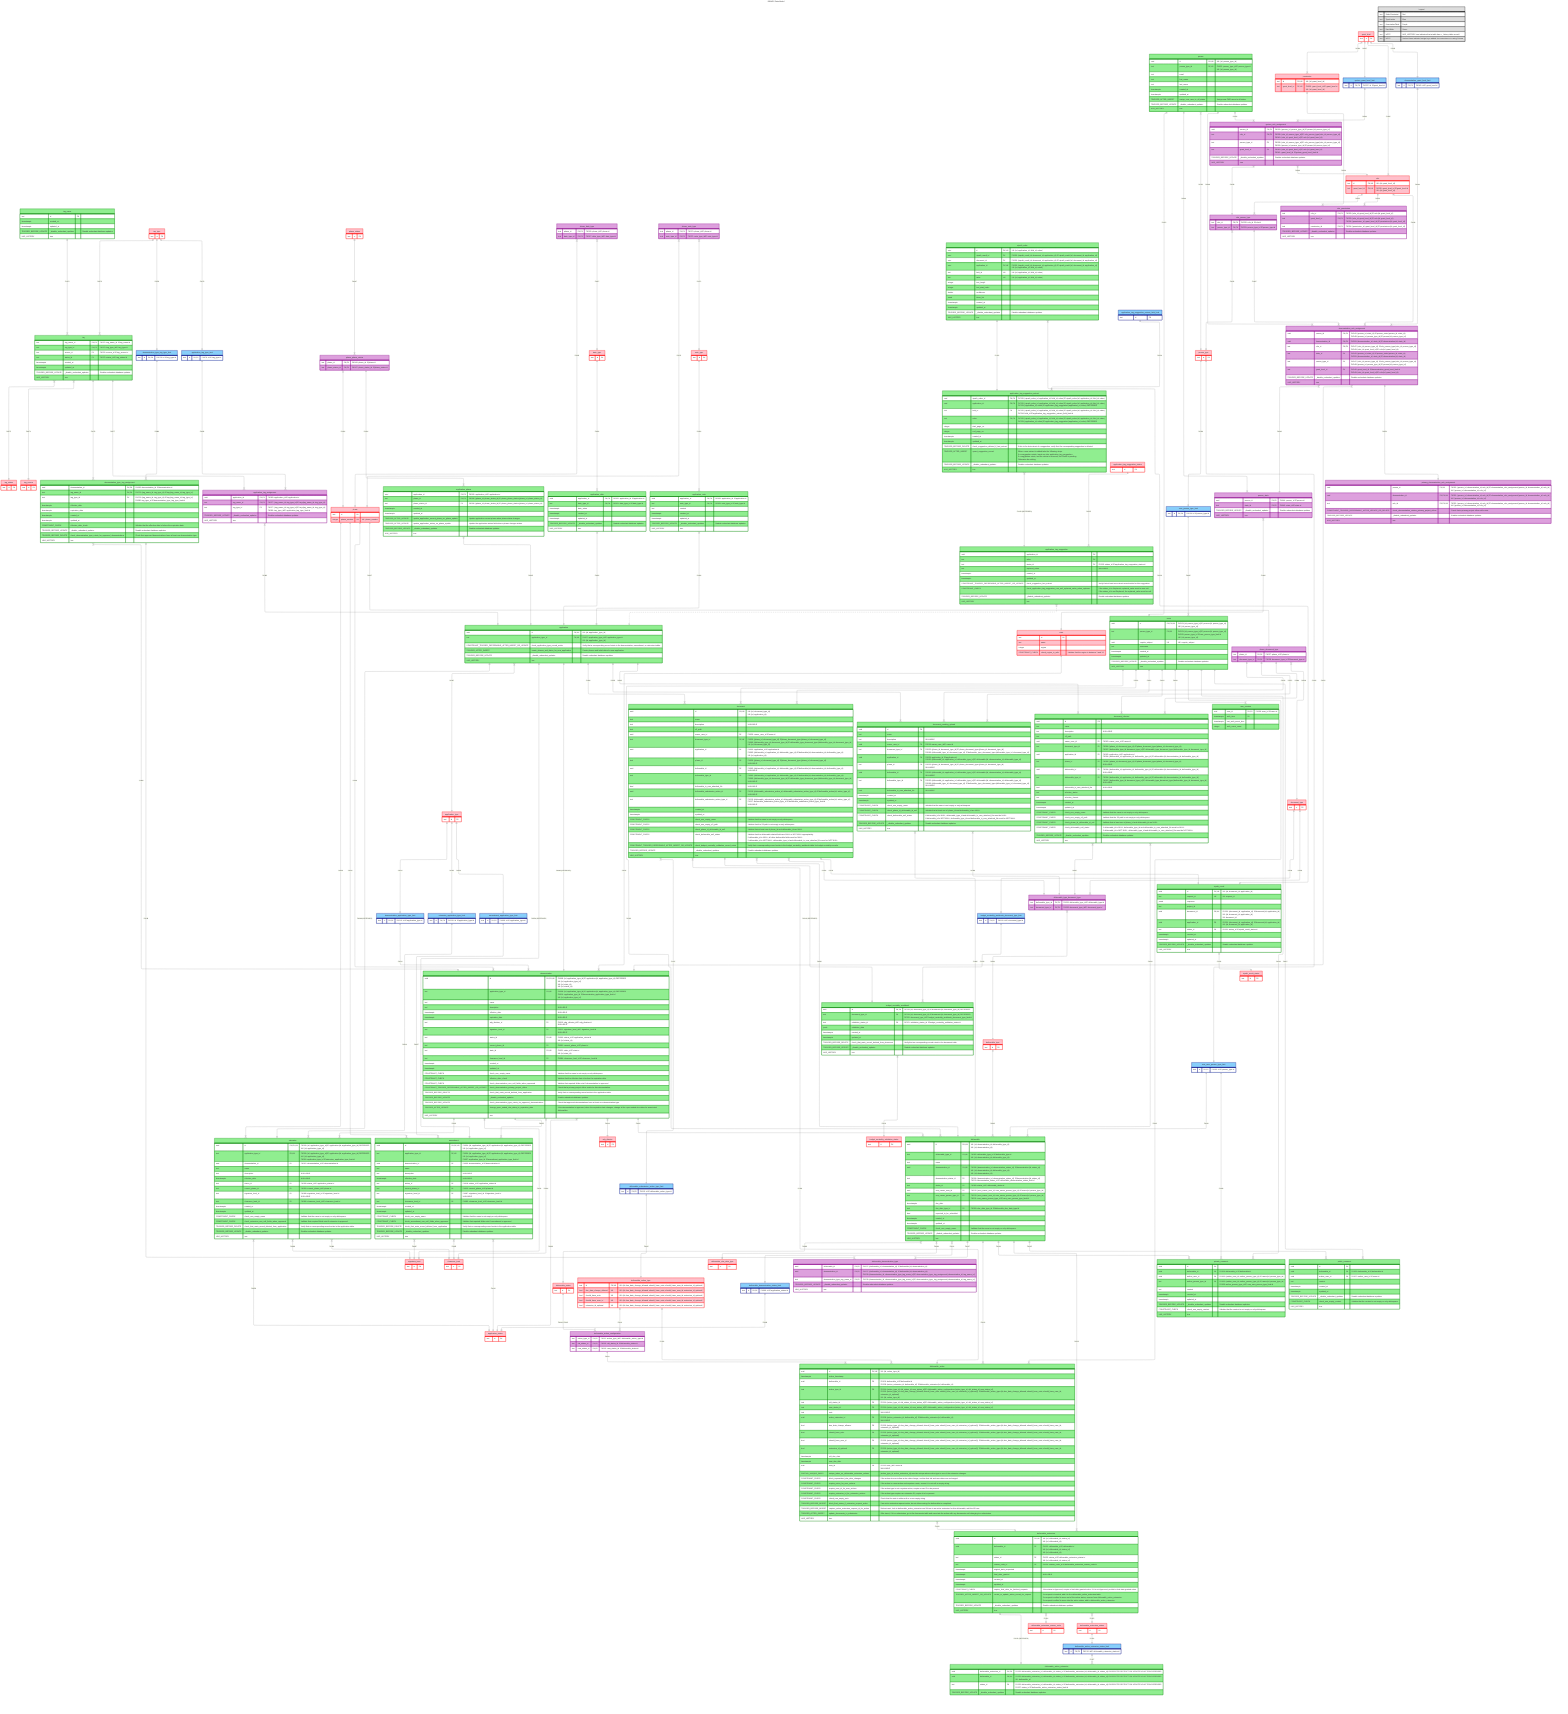
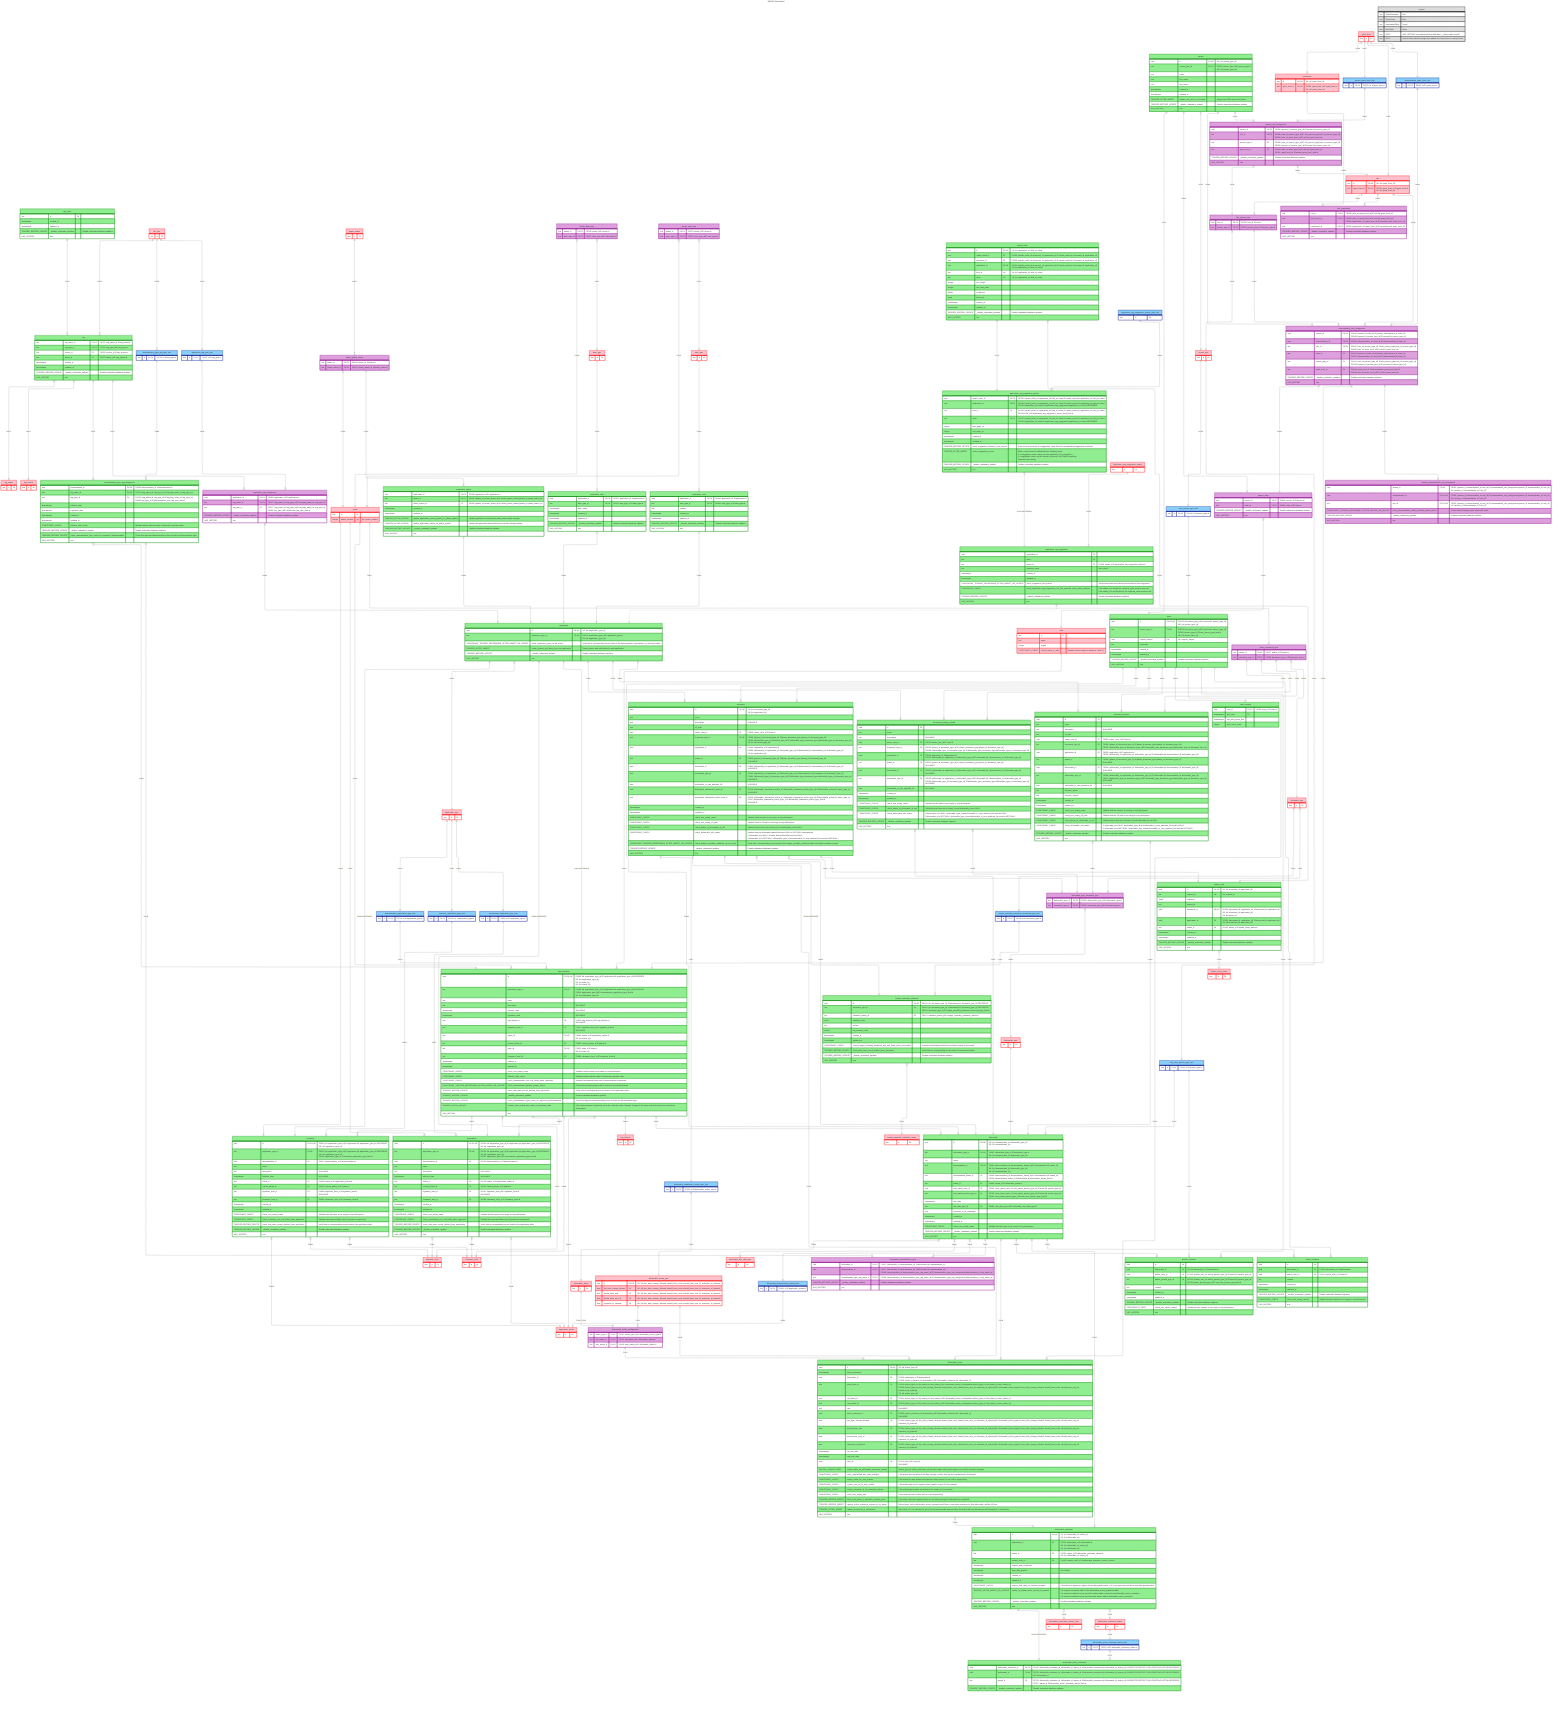
---
title: DEMOS Data Model
config:
  theme: default
  layout: elk
  elk:
    nodePlacementStrategy: NETWORK_SIMPLEX
---

erDiagram
  classDef staticConstraint stroke:red,fill:pink
  classDef typeLimiter stroke:navy,fill:lightskyblue
  classDef dataTable stroke:green,fill:lightgreen
  classDef associativeTable stroke:darkmagenta,fill:plum
  classDef legend stroke:black,fill:#ddd

  tag_name ||--|{ tag : "FK072"
  tag_type ||--|{ tag : "FK073"
  tag }|--|| tag_status : "FK075"
  tag }|--|| tag_source : "FK074"
  tag ||--|{ demonstration_type_tag_assignment : "FK076"
  tag ||--|{ application_tag_assignment : "FK077"
  tag_type ||--|| demonstration_type_tag_type_limit : "FK078"
  tag_type ||--|| application_tag_type_limit : "FK079"
  demonstration_type_tag_type_limit ||--|{ demonstration_type_tag_assignment : "FK080"
  application_tag_type_limit ||--|{ application_tag_assignment : "FK081"
  demonstration_type_tag_assignment }|--|| demonstration : "FK082"
  application_tag_assignment }|--|| application : "FK083"
  phase_status ||--|{ phase_phase_status : "FK067"
  phase_phase_status }|--|| phase : "FK066"
  phase_phase_status ||--|{ application_phase  : "FK004"
  phase_date_type }|--|| phase : "FK003"
  phase_note_type }|--|| phase : "FK070"
  phase_date_type }|--|| date_type: "FK017"
  phase_note_type }|--|| note_type: "FK071"
  application_phase }|--|| application : "FK005"
  date_type ||--|{ application_date  : "FK001"
  note_type ||--|{ application_note  : "FK069"
  application_date }|--|| application : "FK002"
  application_note }|--|| application : "FK068"
  application }|--|| application_type : "FK007"
  application ||--|| demonstration : "FK008 (DEFERRED)"
  application ||--|| extension : "FK009 (DEFERRED)"
  application ||--|| amendment : "FK054 (DEFERRED)"
  demonstration }|--|| sdg_division : "FK010"
  demonstration }|--|| signature_level : "FK011"
  demonstration ||--|{ extension : "FK012"
  demonstration ||--|{ amendment : "FK055"
  application_type ||--|| demonstration_application_type_limit : "FK013"
  demonstration_application_type_limit ||--|{ demonstration : "FK014"
  application_type ||--|| extension_application_type_limit : "FK015"
  extension_application_type_limit ||--|{ extension : "FK016"
  application_type ||--|| amendment_application_type_limit : "FK056"
  amendment_application_type_limit ||--|{ amendment : "FK057"
  amendment }|--|| application_status : "FK018"
  phase ||--|{ amendment : "FK020"
  extension }|--|| application_status : "FK058"
  phase ||--|{ extension : "FK059"
  demonstration }|--|| application_status : "FK060"
  phase ||--|{ demonstration : "FK061"
  state ||--|{ demonstration : "FK021"
  person }|--|| person_type : "FK022"
  person ||--|| users : "FK023"
  person_type ||--|| user_person_type_limit : "FK024"
  user_person_type_limit ||--|{ users : "FK025"
  users ||--|{ document : "FK026"
  users ||--|{ document_pending_upload : "FK019"
  users ||--|{ document_infected : "FK063"
  users ||--|{ user_session : "FK139"
  phase ||--|{ phase_document_type : "FK027"
  phase_document_type }|--|| document_type : "FK028"
  phase_document_type ||--|{ document : "FK029"
  phase_document_type ||--|{ document_pending_upload : "FK052"
  phase_document_type ||--|{ document_infected : "FK064"
  application ||--|{ document : "FK030"
  application ||--|{ document_pending_upload : "FK053"
  application ||--|{ document_infected : "FK065"
  role_person_type }|--|| person_type : "FK031"
  role ||--|{ role_person_type : "FK032"
  role ||--|{ role_permission : "FK033"
  permission ||--|{ role_permission : "FK034"
  grant_level ||--|{ role : "FK035"
  grant_level ||--|{ permission : "FK036"
  system_grant_level_limit ||--|{ system_role_assignment : "FK041"
  system_role_assignment }|--|| role_person_type : "FK038"
  person ||--|{ system_role_assignment : "FK039"
  system_role_assignment }|--|| role : "FK040"
  grant_level ||--|| system_grant_level_limit : "FK037"
  demonstration_role_assignment }|--|| person_state : "FK042"
  person_state }|--|| state : "FK043"
  person ||--|{ person_state : "FK044"
  grant_level ||--|| demonstration_grant_level_limit : "FK045"
  demonstration_grant_level_limit ||--|{ demonstration_role_assignment : "FK046"
  role_person_type ||--|{ demonstration_role_assignment : "FK047"
  person ||--|{ demonstration_role_assignment : "FK048"
  role ||--|{ demonstration_role_assignment : "FK049"
  demonstration_role_assignment }|--|| demonstration : "FK050"
  demonstration_role_assignment ||--|| primary_demonstration_role_assignment : "FK051"
  demonstration }|--|| clearance_level : "FK084"
  amendment }|--|| clearance_level : "FK085"
  extension }|--|| clearance_level : "FK086"
  amendment }|--|| signature_level : "FK087"
  extension }|--|| signature_level : "FK088"
  document_type ||--|| budget_neutrality_workbook_document_type_limit : "FK118"
  document ||--|| budget_neutrality_workbook : "FK119 (DEFERRED)"
  budget_neutrality_workbook_document_type_limit ||--|{ budget_neutrality_workbook : "FK120"
  budget_neutrality_workbook }|--|| budget_neutrality_validation_status : "FK121"
  document }|--|| deliverable_action : "FK116"
  document }|--|| deliverable_submission_action_type_limit : "FK117"
  deliverable_status ||--|{ deliverable_action_configuration : "FK110, FK113"
  deliverable_action_type ||--|{ deliverable_action_configuration : "FK111"
  deliverable_action_type ||--|{ deliverable_action : "FK136"
  deliverable_action_configuration ||--|{ deliverable_action : "FK114"
  deliverable_submission_action_type_limit ||--|| deliverable_action_type : "FK115"
  demonstration ||--|{ deliverable : "FK006"
  deliverable_type ||--|{ deliverable : "FK062"
  deliverable }|--|| deliverable_status : "FK089"
  deliverable }|--|| deliverable_due_date_type : "FK090"
  document_type ||--|{ deliverable_type_document_type : "FK092"
  deliverable_type_document_type }|--|| deliverable_type : "FK091"
  document }|--|| deliverable : "FK093"
  document_infected }|--|| deliverable : "FK094"
  document_pending_upload }|--|| deliverable : "FK095"
  document }|--|| deliverable_type_document_type : "FK096"
  document_infected }|--|| deliverable_type_document_type : "FK097"
  document_pending_upload }|--|| deliverable_type_document_type : "FK098"
  deliverable_demonstration_status_limit ||--|| application_status : "FK099"
  deliverable }|--|| deliverable_demonstration_status_limit : "FK100"
  cms_user_person_type_limit ||--|{ deliverable : "FK101"
  person_type ||--|| cms_user_person_type_limit : "FK102"
  users ||--|{ deliverable : "FK103"
  deliverable ||--|{ deliverable_action : "FK109"
  deliverable_action }|--|| deliverable_extension : "FK128"
  deliverable ||--|{ deliverable_extension : "FK122"
  deliverable ||--|{ deliverable_demonstration_type : "FK137"
  demonstration_type_tag_assignment ||--|{ deliverable_demonstration_type : "FK138"
  deliverable_extension }|--|| deliverable_extension_reason_code : "FK124"
  deliverable_extension }|--|| deliverable_extension_status : "FK123"
  deliverable_extension_status ||--|| deliverable_active_extension_status_limit : "FK126"
  deliverable_active_extension_status_limit ||--|{ deliverable_active_extension : "FK127"
  deliverable_extension ||--|| deliverable_active_extension : "FK125 (DEFERRED)"
  deliverable ||--|{ private_comment : "FK104"
  deliverable ||--|{ public_comment : "FK105"
  users ||--|{ private_comment : "FK106"
  users ||--|{ public_comment : "FK107"
  cms_user_person_type_limit ||--|{ private_comment : "FK108"
  users ||--|{ deliverable_action : "FK112"
  document ||--|| uipath_result : "FK129"
  uipath_result ||--|{ uipath_value : "FK130"
  uipath_result }|--|| uipath_result_status : "FK131"
  uipath_value ||--|| application_tag_suggestion_extract : "FK132"
  application_tag_suggestion_extract }|--|| application_tag_suggestion : "FK133 (DEFERRED)"
  application_tag_suggestion_extract_field_limit ||--|{ application_tag_suggestion_extract : "FK134"
  application_tag_suggestion_status ||--|{ application_tag_suggestion : "FK135"
  application_tag_suggestion }|..|| application : ""

  %% Static Constraints
  application_status:::staticConstraint {
    text id PK
  }

  application_tag_suggestion_status:::staticConstraint {
    text id PK
  }

  application_type:::staticConstraint {
    text id PK
  }

  budget_neutrality_validation_status:::staticConstraint {
    text id PK
  }

  clearance_level:::staticConstraint {
    text id PK
  }

  date_type:::staticConstraint {
    text id PK
  }

  deliverable_action_type:::staticConstraint {
    text id PK, UK "UK: (id, due_date_change_allowed, should_have_note, should_have_user_id, extension_id_optional)"
    bool due_date_change_allowed UK "UK: (id, due_date_change_allowed, should_have_note, should_have_user_id, extension_id_optional)"
    bool should_have_note UK "UK: (id, due_date_change_allowed, should_have_note, should_have_user_id, extension_id_optional)"
    bool should_have_user_id UK "UK: (id, due_date_change_allowed, should_have_note, should_have_user_id, extension_id_optional)"
    bool extension_id_optional UK "UK: (id, due_date_change_allowed, should_have_note, should_have_user_id, extension_id_optional)"
  }

  deliverable_due_date_type:::staticConstraint {
    text id PK
  }

  deliverable_extension_reason_code:::staticConstraint {
    text id PK
  }

  deliverable_extension_status:::staticConstraint {
    text id PK
  }

  deliverable_status:::staticConstraint {
    text id PK
  }

  deliverable_type:::staticConstraint {
    text id PK
  }

  document_type:::staticConstraint {
    text id PK
  }

  grant_level:::staticConstraint {
    text id PK
  }

  note_type:::staticConstraint {
    text id PK
  }

  permission:::staticConstraint {
    text id PK, UK "UK: (id, grant_level_id)"
    text grant_level_id FK, UK "FK036: grant_level_id ∈ grant_level.id<br>UK: (id, grant_level_id)"
  }

  person_type:::staticConstraint {
    text id PK
  }

  phase:::staticConstraint {
    text id PK
    integer phase_number UK "UK: phase_number"
  }

  phase_status:::staticConstraint {
    text id PK
  }

  role:::staticConstraint {
    text id PK, UK "UK: (id, grant_level_id)"
    text grant_level_id FK, UK "FK035: grant_level_id ∈ grant_level.id<br>UK: (id, grant_level_id)"
  }

  sdg_division:::staticConstraint {
    text id PK
  }

  signature_level:::staticConstraint {
    text id PK
  }

  state:::staticConstraint {
    text id PK
    text name
    integer region
    CONSTRAINT_CHECK check_region_is_valid "Validate that the region is between 1 and 10."
  }

  tag_source:::staticConstraint {
    text id PK
  }

  tag_status:::staticConstraint {
    text id PK
  }

  tag_type:::staticConstraint {
    text id PK
  }

  uipath_result_status:::staticConstraint {
    text id PK
  }

  %% Type Limiters
  amendment_application_type_limit:::typeLimiter {
    text id PK, FK "FK056: id ∈ application_type.id"
  }

  application_tag_suggestion_extract_field_limit:::typeLimiter {
    text id PK
  }

  application_tag_type_limit:::typeLimiter {
    text id PK, FK "FK079: id ∈ tag_type.id"
  }

  budget_neutrality_workbook_document_type_limit:::typeLimiter {
    text id PK, FK "FK118: id ∈ document_type.id"
  }

  cms_user_person_type_limit:::typeLimiter {
    text id PK, FK "FK102: id ∈ person_type.id"
  }

  deliverable_active_extension_status_limit:::typeLimiter {
    text id PK, FK "FK126: id ∈ deliverable_extension_status.id"
  }

  deliverable_demonstration_status_limit:::typeLimiter {
    text id PK, FK "FK099: id ∈ application_status.id"
  }

  deliverable_submission_action_type_limit:::typeLimiter {
    text id PK, FK "FK115: id ∈ deliverable_action_type.id"
  }

  demonstration_application_type_limit:::typeLimiter {
    text id PK, FK "FK013: id ∈ application_type.id"
  }

  demonstration_grant_level_limit:::typeLimiter {
    text id PK, FK "FK045: id ∈ grant_level.id"
  }

  demonstration_type_tag_type_limit:::typeLimiter {
    text id PK, FK "FK078: id ∈ tag_type.id"
  }

  extension_application_type_limit:::typeLimiter {
    text id PK, FK "FK015: id ∈ application_type.id"
  }

  system_grant_level_limit:::typeLimiter {
    text id PK, FK "FK037: id ∈ grant_level.id"
  }

  user_person_type_limit:::typeLimiter {
    text id PK, FK "FK024: id ∈ person_type.id"
  }

  %% Data Tables
  amendment:::dataTable {
    uuid id PK, FK, UK "FK054: (id, application_type_id) ∈ application.(id, application_type_id) DEFERRED<br>UK: (id, application_type_id)"
    text application_type_id FK, UK "FK054: (id, application_type_id) ∈ application.(id, application_type_id) DEFERRED<br>UK: (id, application_type_id)<br>FK057: application_type_id ∈ amendment_application_type_limit.id"
    uuid demonstration_id FK "FK055: demonstration_id ∈ demonstration.id"
    text name
    text description "NULLABLE"
    timestamptz effective_date "NULLABLE"
    text status_id FK "FK018: status_id ∈ application_status.id"
    text current_phase_id FK "FK020: current_phase_id ∈ phase.id"
    text signature_level_id FK "FK087: signature_level_id ∈ signature_level.id<br>NULLABLE"
    text clearance_level_id FK "FK085: clearance_level_id ∈ clearance_level.id"
    timestamptz created_at
    timestamptz updated_at
    CONSTRAINT_CHECK check_non_empty_name "Validate that the name is not empty or only whitespace."
    CONSTRAINT_CHECK check_amendment_non_null_fields_when_approved  "Validate that required fields exist if amendment is approved."
    TRIGGER_BEFORE_DELETE check_that_main_record_deleted_from_application "Verify that no corresponding record exists in the application table."
    TRIGGER_BEFORE_UPDATE _disable_redundant_updates "Disable redundant database updates."
    HAS_HISTORY true
  }

  application:::dataTable {
    uuid id PK, UK "UK: (id, application_type_id)"
    text application_type_id FK, UK "FK007: application_type_id ∈ application_type.id<br>UK: (id, application_type_id)"
    CONSTRAINT_TRIGGER_DEFERRABLE_AFTER_INSERT_OR_UPDATE check_application_type_record_exists "Verify that a corresponding record exists in the demonstration, amendment, or extension tables."
    TRIGGER_AFTER_INSERT create_phases_and_dates_for_new_application "Create phases and initial dates for new application."
    TRIGGER_BEFORE_UPDATE _disable_redundant_updates "Disable redundant database updates."
    HAS_HISTORY true
  }

  application_date:::dataTable {
    uuid application_id PK, FK "FK002: application_id ∈ application.id"
    text date_type_id PK, FK "FK001: date_type_id ∈ date_type.id"
    timestamptz date_value
    timestamptz created_at
    timestamptz updated_at
    TRIGGER_BEFORE_UPDATE _disable_redundant_updates "Disable redundant database updates."
    HAS_HISTORY true
  }

  application_note:::dataTable {
    uuid application_id PK, FK "FK068: application_id ∈ application.id"
    text note_type_id PK, FK "FK069: note_type_id ∈ note_type.id"
    text content
    timestamptz created_at
    timestamptz updated_at
    TRIGGER_BEFORE_UPDATE _disable_redundant_updates "Disable redundant database updates."
    HAS_HISTORY true
  }

  application_phase:::dataTable {
    uuid application_id PK, FK "FK005: application_id ∈ application.id"
    text phase_id PK, FK "FK004: (phase_id, phase_status_id) ∈ phase_phase_status.(phase_id, phase_status_id)"
    text phase_status_id FK "FK004: (phase_id, phase_status_id) ∈ phase_phase_status.(phase_id, phase_status_id)"
    timestamptz created_at
    timestamptz updated_at
    TRIGGER_AFTER_UPDATE update_application_current_phase_on_phase_update "Update application current phase when phase status changes."
    TRIGGER_AFTER_UPDATE update_application_status_on_phase_update "Update the application status field when a phase changes status."
    TRIGGER_BEFORE_UPDATE _disable_redundant_updates "Disable redundant database updates."
    HAS_HISTORY true
  }

  application_tag_suggestion:::dataTable {
    uuid application_id PK
    text value PK
    text status_id FK "FK135: status_id ∈ application_tag_suggestion_status.id"
    text replaced_value "NULLABLE"
    timestamptz created_at
    timestamptz updated_at
    CONSTRAINT_TRIGGER_DEFERRABLE_AFTER_INSERT_OR_UPDATE check_suggestion_has_extract "Verify that at least one extract record exists for this suggestion."
    CONSTRAINT_CHECK check_application_tag_suggestion_non_null_replaced_value_when_replaced "If the status_id is Replaced, replaced_value must be non null.<br>If the status_id is not Replaced, the replaced_value must be null."
    TRIGGER_BEFORE_UPDATE _disable_redundant_updates "Disable redundant database updates."
    HAS_HISTORY true
  }

  application_tag_suggestion_extract:::dataTable {
    uuid uipath_value_id PK, FK "FK132: (uipath_value_id, application_id, field_id, value) ∈ uipath_value.(id, application_id, field_id, value)"
    uuid application_id PK, FK "FK132: (uipath_value_id, application_id, field_id, value) ∈ uipath_value.(id, application_id, field_id, value)<br>FK133: (application_id, value) ∈ application_tag_suggestion.(application_id, value) DEFERRED"
    text field_id FK "FK132: (uipath_value_id, application_id, field_id, value) ∈ uipath_value.(id, application_id, field_id, value)<br>FK134: field_id ∈ application_tag_suggestion_extract_field_limit.id"
    text value PK, FK "FK132: (uipath_value_id, application_id, field_id, value) ∈ uipath_value.(id, application_id, field_id, value)<br>FK133: (application_id, value) ∈ application_tag_suggestion.(application_id, value) DEFERRED"
    integer start_page_no
    integer end_page_no
    timestamptz created_at
    timestamptz updated_at
    TRIGGER_BEFORE_DELETE check_suggestion_deleted_if_last_extract "If this is the last extract of a suggestion, verify that the corresponding suggestion is deleted."
    TRIGGER_AFTER_INSERT upsert_suggestion_record "When a new extract is added take the following steps.<br>If no suggestion exists, insert one into application_tag_suggestion.<br>If a suggestion exists, and the status is removed, set it back to pending.<br>Otherwise do nothing."
    TRIGGER_BEFORE_UPDATE _disable_redundant_updates "Disable redundant database updates."
    HAS_HISTORY true
  }

  budget_neutrality_workbook:::dataTable {
    uuid id PK, FK "FK119: (id, document_type_id) ∈ document.(id, document_type_id) DEFERRED"
    text document_type_id FK "FK119: (id, document_type_id) ∈ document.(id, document_type_id) DEFERRED<br>FK120: document_type_id ∈ budget_neutrality_workbook_document_type_limit.id"
    text validation_status_id FK "FK121: validation_status_id ∈ budget_neutrality_validation_status.id"
    jsonb validation_data
-     timestamptz created_at
-     timestamptz updated_at
+     text actuals
+     double net_variance_total
+     timestamptz created_at
+     timestamptz updated_at
+     CONSTRAINT_CHECK check_budget_neutrality_workbook_non_null_fields_when_succeeded "actuals and netVarianceTotal non null when status is succeeded"
    TRIGGER_BEFORE_DELETE check_that_main_record_deleted_from_document "Verify that no corresponding record exists in the document table."
    TRIGGER_BEFORE_UPDATE _disable_redundant_updates "Disable redundant database updates."
    HAS_HISTORY true
  }

  %% NOTE: That empty line with <br>&nbsp; is a layout hack for Mermaid
  deliverable:::dataTable {
    uuid id PK, UK "UK: (id, demonstration_id, deliverable_type_id)<br>UK: (id, demonstration_id)<br>&nbsp;"
    text deliverable_type_id FK, UK "FK062: deliverable_type_id ∈ deliverable_type.id<br>UK: (id, demonstration_id, deliverable_type_id)"
    text name
    uuid demonstration_id FK, UK "FK006: (demonstration_id, demonstration_status_id) ∈ demonstration.(id, status_id)<br>UK: (id, demonstration_id, deliverable_type_id)<br>UK: (id, demonstration_id)"
    text demonstration_status_id FK "FK006: (demonstration_id, demonstration_status_id) ∈ demonstration.(id, status_id)<br>FK100: demonstration_status_id ∈ deliverable_demonstration_status_limit.id"
    text status_id FK "FK089: status_id ∈ deliverable_status.id"
    uuid cms_owner_user_id FK "FK103: (cms_owner_user_id, cms_owner_person_type_id) ∈ users.(id, person_type_id)"
    text cms_owner_person_type_id FK "FK103: (cms_owner_user_id, cms_owner_person_type_id) ∈ users.(id, person_type_id)<br>FK101: cms_owner_person_type_id ∈ cms_user_person_type_limit.id"
    timestamptz due_date
    text due_date_type_id FK "FK090: due_date_type_id ∈ deliverable_due_date_type.id"
    bool expected_to_be_submitted
    timestamptz created_at
    timestamptz updated_at
    CONSTRAINT_CHECK check_non_empty_name "Validate that the name is not empty or only whitespace."
    TRIGGER_BEFORE_UPDATE _disable_redundant_updates "Disable redundant database updates."
    HAS_HISTORY true
  }

  deliverable_action:::dataTable {
    uuid id PK, UK "UK: (id, action_type_id)"
    timestamptz action_timestamp
    uuid deliverable_id FK "FK109: deliverable_id ∈ deliverable.id<br>FK128: (active_extension_id, deliverable_id) ∈ deliverable_extension.(id, deliverable_id)"
    text action_type_id FK "FK114: (action_type_id, old_status_id, new_status_id) ∈ deliverable_action_configuration.(action_type_id, old_status_id, new_status_id)<br>FK136: (action_type_id, due_date_change_allowed, should_have_note, should_have_user_id, extension_id_optional)) ∈ deliverable_action_type.(id, due_date_change_allowed, should_have_note, should_have_user_id, extension_id_optional)<br>UK: (id, action_type_id)"
    text old_status_id FK "FK114: (action_type_id, old_status_id, new_status_id) ∈ deliverable_action_configuration.(action_type_id, old_status_id, new_status_id)"
    text new_status_id FK "FK114: (action_type_id, old_status_id, new_status_id) ∈ deliverable_action_configuration.(action_type_id, old_status_id, new_status_id)"
    text note "NULLABLE"
    uuid active_extension_id FK "FK128: (active_extension_id, deliverable_id) ∈ deliverable_extension.(id, deliverable_id)<br>NULLABLE"
    bool due_date_change_allowed FK "FK136: (action_type_id, due_date_change_allowed, should_have_note, should_have_user_id, extension_id_optional)) ∈ deliverable_action_type.(id, due_date_change_allowed, should_have_note, should_have_user_id, extension_id_optional)"
    bool should_have_note FK "FK136: (action_type_id, due_date_change_allowed, should_have_note, should_have_user_id, extension_id_optional)) ∈ deliverable_action_type.(id, due_date_change_allowed, should_have_note, should_have_user_id, extension_id_optional)"
    bool should_have_user_id FK "FK136: (action_type_id, due_date_change_allowed, should_have_note, should_have_user_id, extension_id_optional)) ∈ deliverable_action_type.(id, due_date_change_allowed, should_have_note, should_have_user_id, extension_id_optional)"
    bool extension_id_optional FK "FK136: (action_type_id, due_date_change_allowed, should_have_note, should_have_user_id, extension_id_optional)) ∈ deliverable_action_type.(id, due_date_change_allowed, should_have_note, should_have_user_id, extension_id_optional)"
    timestamptz old_due_date
    timestamptz new_due_date
    uuid user_id FK "FK112: user_id ∈ users.id<br>NULLABLE"
    PARTIAL_UNIQUE_INDEX unique_index_on_deliverable_extension_actions "(action_type_id, active_extension_id) must be unique where action type is one of the extension changes."
    CONSTRAINT_CHECK block_unpermitted_due_date_changes "If the action does not allow a due date change, confirm that old and new dates are unchanged."
    CONSTRAINT_CHECK require_notes_for_user_actions "If the action is a user action and requires a note, ensure it is not null or empty string."
    CONSTRAINT_CHECK require_user_id_for_user_actions "If the action type is not a system action, require a user ID to be present."
    CONSTRAINT_CHECK require_extension_id_for_extension_actions "If the action type requires an extension ID, require it to be present."
    CONSTRAINT_CHECK check_non_empty_note "Check that the note is either null or a non empty string."
    TRIGGER_BEFORE_INSERT block_final_states_if_extension_request_active "If an active extension request exists, do not allow moving the deliverable to completed."
    TRIGGER_BEFORE_INSERT capture_active_extension_request_id_for_action "Before insert, look in deliverable_active_extension and if there is an active extension for this deliverable, add the ID here."
    TRIGGER_AFTER_INSERT update_documents_in_submission "After insert, if it is a submission, go to the documents table and associate the action with any documents not belonging to a submission."
    HAS_HISTORY true
  }

  deliverable_active_extension:::dataTable {
    uuid deliverable_extension_id PK, FK "FK125: deliverable_extension_id, deliverable_id, status_id ∈ deliverable_extension.(id, deliverable_id, status_id) ON DELETE RESTRICT ON UPDATE NO ACTION DEFERRED"
    uuid deliverable_id FK, UK "FK125: deliverable_extension_id, deliverable_id, status_id ∈ deliverable_extension.(id, deliverable_id, status_id) ON DELETE RESTRICT ON UPDATE NO ACTION DEFERRED<br>UK: deliverable_id"
    text status_id FK "FK125: deliverable_extension_id, deliverable_id, status_id ∈ deliverable_extension.(id, deliverable_id, status_id) ON DELETE RESTRICT ON UPDATE NO ACTION DEFERRED<br>FK127: status_id ∈ deliverable_active_extension_status_limit.id"
    TRIGGER_BEFORE_UPDATE _disable_redundant_updates "Disable redundant database updates."
  }

  deliverable_extension:::dataTable {
    uuid id PK, UK "UK: (id, deliverable_id, status_id)<br>UK: (id, deliverable_id)"
    uuid deliverable_id FK "FK122: deliverable_id ∈ deliverable.id<br>UK: (id, deliverable_id, status_id)<br>UK: (id, deliverable_id)"
    text status_id FK "FK123: status_id ∈ deliverable_extension_status.id<br>UK: (id, deliverable_id, status_id)"
    text reason_code_id FK "FK124: reason_code_id ∈ deliverable_extension_reason_code.id"
    timestamptz original_date_requested
    timestamptz final_date_granted "NULLABLE"
    timestamptz created_at
    timestamptz updated_at
    CONSTRAINT_CHECK require_final_date_for_finished_requests "If the status is Approved, require a final date granted value. If it is not Approved, prohibit a final date granted value."
    TRIGGER_AFTER_INSERT_OR_UPDATE create_or_update_active_record_for_request "If a request is inserted, add it to the deliverable_active_extension table.<br>If a request is edited to move out of the active status, remove from deliverable_active_extension.<br>If a request is edited to move into the active status, add to deliverable_active_extension."
    TRIGGER_BEFORE_UPDATE _disable_redundant_updates "Disable redundant database updates."
    HAS_HISTORY true
  }

  demonstration:::dataTable {
    uuid id PK, FK, UK "FK008: (id, application_type_id) ∈ application.(id, application_type_id) DEFERRED<br>UK: (id, application_type_id)<br>UK: (id, state_id)<br>UK: (id, status_id)"
    text application_type_id FK, UK "FK008: (id, application_type_id) ∈ application.(id, application_type_id) DEFERRED<br>FK014: application_type_id ∈ demonstration_application_type_limit.id<br>UK: (id, application_type_id)"
    text name
    text description "NULLABLE"
    timestamptz effective_date "NULLABLE"
    timestamptz expiration_date "NULLABLE"
    text sdg_division_id FK "FK010: sdg_division_id ∈ sdg_division.id<br>NULLABLE"
    text signature_level_id FK "FK011: signature_level_id ∈ signature_level.id<br>NULLABLE"
    text status_id FK, UK "FK060: status_id ∈ application_status.id<br>UK: (id, status_id)"
    text current_phase_id FK "FK061: current_phase_id ∈ phase.id"
    text state_id FK, UK "FK021: state_id ∈ state.id<br>UK: (id, state_id)"
    text clearance_level_id FK "FK084: clearance_level_id ∈ clearance_level.id"
    timestamptz created_at
    timestamptz updated_at
    CONSTRAINT_CHECK check_non_empty_name "Validate that the name is not empty or only whitespace."
    CONSTRAINT_CHECK effective_date_check "Validate that the effective date is before the expiration date."
    CONSTRAINT_CHECK check_demonstration_non_null_fields_when_approved "Validate that required fields exist if demonstration is approved."
    CONSTRAINT_TRIGGER_DEFERRABLE_AFTER_INSERT_OR_UPDATE check_demonstration_primary_project_officer "Check that a primary project officer exists for this demonstration."
    TRIGGER_BEFORE_DELETE check_that_main_record_deleted_from_application "Verify that no corresponding record exists in the application table."
    TRIGGER_BEFORE_UPDATE _disable_redundant_updates "Disable redundant database updates."
    TRIGGER_BEFORE_UPDATE check_demonstration_type_exists_for_approved_demonstrations "Check that approved demonstrations have at least one demonstration type."
    TRIGGER_AFTER_UPDATE change_open_ended_due_dates_to_expiration_date "If the demonstration is approved, when the expiration date changes, change all the open-ended due dates for associated deliverables."
    HAS_HISTORY true
  }

  demonstration_type_tag_assignment:::dataTable {
    uuid demonstration_id PK, FK "FK082: demonstration_id ∈ demonstration.id"
    text tag_name_id PK, FK "FK076: (tag_name_id, tag_type_id) ∈ tag.(tag_name_id, tag_type_id)"
    text tag_type_id FK "FK076: (tag_name_id, tag_type_id) ∈ tag.(tag_name_id, tag_type_id)<br>FK080: tag_type_id ∈ demonstration_type_tag_type_limit.id"
    timestamptz effective_date
    timestamptz expiration_date
    timestamptz created_at
    timestamptz updated_at
    CONSTRAINT_CHECK effective_date_check "Validate that the effective date is before the expiration date."
    TRIGGER_BEFORE_UPDATE _disable_redundant_updates "Disable redundant database updates."
    TRIGGER_BEFORE_DELETE check_demonstration_type_exists_for_approved_demonstrations "Check that approved demonstrations have at least one demonstration type."
    HAS_HISTORY true
  }

  document:::dataTable {
    uuid id PK, UK "UK: (id, document_type_id)<br>UK: (id, application_id)"
    text name
    text description "NULLABLE"
    text s3_path
    uuid owner_user_id FK "FK026: owner_user_id ∈ users.id"
    text document_type_id FK, UK "FK029: (phase_id, document_type_id) ∈ phase_document_type.(phase_id, document_type_id)<br>FK096: (deliverable_type_id, document_type_id) ∈ deliverable_type_document_type.(deliverable_type_id, document_type_id)<br>UK: (id, document_type_id)"
    uuid application_id FK "FK030: application_id ∈ application.id<br>FK093: (deliverable_id, application_id, deliverable_type_id) ∈ deliverable.(id, demonstration_id, deliverable_type_id)<br>UK: (id, application_id)"
    text phase_id FK "FK029: (phase_id, document_type_id) ∈ phase_document_type.(phase_id, document_type_id)<br>NULLABLE"
    uuid deliverable_id FK "FK093: (deliverable_id, application_id, deliverable_type_id) ∈ deliverable.(id, demonstration_id, deliverable_type_id)<br>NULLABLE"
    text deliverable_type_id FK "FK093: (deliverable_id, application_id, deliverable_type_id) ∈ deliverable.(id, demonstration_id, deliverable_type_id)<br>FK096: (deliverable_type_id, document_type_id) ∈ deliverable_type_document_type.(deliverable_type_id, document_type_id)<br>NULLABLE"
    bool deliverable_is_cms_attached_file "NULLABLE"
    uuid deliverable_submission_action_id FK "FK116: (deliverable_submission_action_id, deliverable_submission_action_type_id) ∈ deliverable_action.(id, action_type_id)<br>NULLABLE"
    text deliverable_submission_action_type_id FK "FK116: (deliverable_submission_action_id, deliverable_submission_action_type_id) ∈ deliverable_action.(id, action_type_id)<br>FK117: deliverable_submission_action_type_id ∈ deliverable_submission_action_type_limit.id<br>NULLABLE"
    timestamptz created_at
    timestamptz updated_at
    CONSTRAINT_CHECK check_non_empty_name "Validate that the name is not empty or only whitespace."
    CONSTRAINT_CHECK check_non_empty_s3_path "Validate that the S3 path is not empty or only whitespace."
    CONSTRAINT_CHECK check_phase_id_deliverable_id_null "Validate that at least one of phase_id and deliverable_id are NULL."
    CONSTRAINT_CHECK check_deliverable_null_states "Validate that the deliverable-related fields are NULL or NOT NULL appropriately.<br>If deliverable_id is NULL, all other deliverable fields must be NULL.<br>If deliverable_id is NOT NULL, deliverable_type_id and deliverable_is_cms_attached_file must be NOT NULL."
    CONSTRAINT_TRIGGER_DEFERRABLE_AFTER_INSERT_OR_UPDATE check_budget_neutrality_validation_record_exists "Verify that a corresponding record exists in the budget_neutrality_workbook table for budget neutrality records."
    TRIGGER_BEFORE_UPDATE _disable_redundant_updates "Disable redundant database updates."
    HAS_HISTORY true
  }

  document_infected:::dataTable {
    uuid id PK
    text name
    text description "NULLABLE"
    text s3_path
    uuid owner_user_id FK "FK063: owner_user_id ∈ users.id"
    text document_type_id FK "FK064: (phase_id, document_type_id) ∈ phase_document_type.(phase_id, document_type_id)<br>FK097: (deliverable_type_id, document_type_id) ∈ deliverable_type_document_type.(deliverable_type_id, document_type_id)"
    uuid application_id FK "FK065: application_id ∈ application.id<br>FK094: (deliverable_id, application_id, deliverable_type_id) ∈ deliverable.(id, demonstration_id, deliverable_type_id)"
    text phase_id FK "FK064: (phase_id, document_type_id) ∈ phase_document_type.(phase_id, document_type_id)<br>NULLABLE"
    uuid deliverable_id FK "FK094: (deliverable_id, application_id, deliverable_type_id) ∈ deliverable.(id, demonstration_id, deliverable_type_id)<br>NULLABLE"
    text deliverable_type_id FK "FK094: (deliverable_id, application_id, deliverable_type_id) ∈ deliverable.(id, demonstration_id, deliverable_type_id)<br>FK097: (deliverable_type_id, document_type_id) ∈ deliverable_type_document_type.(deliverable_type_id, document_type_id)<br>NULLABLE"
    bool deliverable_is_cms_attached_file "NULLABLE"
    text infection_status
    text infection_threats
    timestamptz created_at
    timestamptz updated_at
    CONSTRAINT_CHECK check_non_empty_name "Validate that the name is not empty or only whitespace."
    CONSTRAINT_CHECK check_non_empty_s3_path "Validate that the S3 path is not empty or only whitespace."
    CONSTRAINT_CHECK check_phase_id_deliverable_id_null "Validate that at least one of phase_id and deliverable_id are NULL."
    CONSTRAINT_CHECK check_deliverable_null_states "If deliverable_id is NULL, deliverable_type_id and deliverable_is_cms_attached_file must be NULL.<br>If deliverable_id is NOT NULL, deliverable_type_id and deliverable_is_cms_attached_file must be NOT NULL."
    TRIGGER_BEFORE_UPDATE _disable_redundant_updates "Disable redundant database updates."
    HAS_HISTORY true
  }

  document_pending_upload:::dataTable {
    uuid id PK
    text name
    text description "NULLABLE"
    uuid owner_user_id FK "FK019: owner_user_id ∈ users.id"
    text document_type_id FK "FK052: (phase_id, document_type_id) ∈ phase_document_type.(phase_id, document_type_id)<br>FK098: (deliverable_type_id, document_type_id) ∈ deliverable_type_document_type.(deliverable_type_id, document_type_id)"
    uuid application_id FK "FK053: application_id ∈ application.id<br>FK095: (deliverable_id, application_id, deliverable_type_id) ∈ deliverable.(id, demonstration_id, deliverable_type_id)"
    text phase_id FK "FK052: (phase_id, document_type_id) ∈ phase_document_type.(phase_id, document_type_id)<br>NULLABLE"
    uuid deliverable_id FK "FK095: (deliverable_id, application_id, deliverable_type_id) ∈ deliverable.(id, demonstration_id, deliverable_type_id)<br>NULLABLE"
    text deliverable_type_id FK "FK095: (deliverable_id, application_id, deliverable_type_id) ∈ deliverable.(id, demonstration_id, deliverable_type_id)<br>FK098: (deliverable_type_id, document_type_id) ∈ deliverable_type_document_type.(deliverable_type_id, document_type_id)<br>NULLABLE"
    bool deliverable_is_cms_attached_file "NULLABLE"
    timestamptz created_at
    timestamptz updated_at
    CONSTRAINT_CHECK check_non_empty_name "Validate that the name is not empty or only whitespace."
    CONSTRAINT_CHECK check_phase_id_deliverable_id_null "Validate that at least one of phase_id and deliverable_id are NULL."
    CONSTRAINT_CHECK check_deliverable_null_states "If deliverable_id is NULL, deliverable_type_id and deliverable_is_cms_attached_file must be NULL.<br>If deliverable_id is NOT NULL, deliverable_type_id and deliverable_is_cms_attached_file must be NOT NULL."
    TRIGGER_BEFORE_UPDATE _disable_redundant_updates "Disable redundant database updates."
    HAS_HISTORY true
  }

  extension:::dataTable {
    uuid id PK, FK, UK "FK009: (id, application_type_id) ∈ application.(id, application_type_id) DEFERRED<br>UK: (id, application_type_id)"
    text application_type_id FK, UK "FK009: (id, application_type_id) ∈ application.(id, application_type_id) DEFERRED<br>UK: (id, application_type_id)<br>FK016: application_type_id ∈ extension_application_type_limit.id"
    uuid demonstration_id FK "FK012: demonstration_id ∈ demonstration.id"
    text name
    text description "NULLABLE"
    timestamptz effective_date "NULLABLE"
    text status_id FK "FK058: status_id ∈ application_status.id"
    text current_phase_id FK "FK059: current_phase_id ∈ phase.id"
    text signature_level_id FK "FK088: signature_level_id ∈ signature_level.id<br>NULLABLE"
    text clearance_level_id FK "FK086: clearance_level_id ∈ clearance_level.id"
    timestamptz created_at
    timestamptz updated_at
    CONSTRAINT_CHECK check_non_empty_name "Validate that the name is not empty or only whitespace."
    CONSTRAINT_CHECK check_extension_non_null_fields_when_approved  "Validate that required fields exist if extension is approved."
    TRIGGER_BEFORE_DELETE check_that_main_record_deleted_from_application "Verify that no corresponding record exists in the application table."
    TRIGGER_BEFORE_UPDATE _disable_redundant_updates "Disable redundant database updates."
    HAS_HISTORY true
  }

  person:::dataTable {
    uuid id PK, UK "UK: (id, person_type_id)"
    text person_type_id FK, UK "FK022: person_type_id ∈ person_type.id<br>UK: (id, person_type_id)"
    text email
    text first_name
    text last_name
    timestamptz created_at
    timestamptz updated_at
    TRIGGER_AFTER_INSERT assign_cms_user_to_all_states "Assign new CMS users to all states."
    TRIGGER_BEFORE_UPDATE _disable_redundant_updates "Disable redundant database updates."
    HAS_HISTORY true
  }

  private_comment:::dataTable {
    uuid id PK
    uuid deliverable_id FK "FK104: deliverable_id ∈ deliverable.id"
    uuid author_user_id FK "FK106: (author_user_id, author_person_type_id) ∈ users.(id, person_type_id)"
    text author_person_type_id FK "FK106: (author_user_id, author_person_type_id) ∈ users.(id, person_type_id)<br>FK108: author_person_type_id ∈ cms_user_person_type_limit.id"
    text content
    timestamptz created_at
    timestamptz updated_at
    TRIGGER_BEFORE_UPDATE _disable_redundant_updates "Disable redundant database updates."
    CONSTRAINT_CHECK check_non_empty_content "Validate that the content is not empty or only whitespace."
    HAS_HISTORY true
  }

  public_comment:::dataTable {
    uuid id PK
    uuid deliverable_id FK "FK105: deliverable_id ∈ deliverable.id"
    uuid author_user_id FK "FK107: author_user_id ∈ users.id"
    text content
    timestamptz created_at
    timestamptz updated_at
    TRIGGER_BEFORE_UPDATE _disable_redundant_updates "Disable redundant database updates."
    CONSTRAINT_CHECK check_non_empty_content "Validate that the content is not empty or only whitespace."
    HAS_HISTORY true
  }

  tag:::dataTable {
    text tag_name_id PK, FK "FK072: tag_name_id ∈ tag_name.id"
    text tag_type_id PK, FK "FK073: tag_type_id ∈ tag_type.id"
    text source_id FK "FK074: source_id ∈ tag_source.id"
    text status_id FK "FK075: status_id ∈ tag_status.id"
    timestamptz created_at
    timestamptz updated_at
    TRIGGER_BEFORE_UPDATE _disable_redundant_updates "Disable redundant database updates."
    HAS_HISTORY true
  }

  tag_name:::dataTable {
    text id PK
    timestamptz created_at
    timestamptz updated_at
    TRIGGER_BEFORE_UPDATE _disable_redundant_updates "Disable redundant database updates."
    HAS_HISTORY true
  }

  uipath_result:::dataTable {
    uuid id PK, UK "UK: (id, document_id, application_id)"
    text request_id UK "UK: request_id"
    jsonb response
    text project_id
    uuid document_id FK, UK "FK129: (document_id, application_id) ∈ document.(id, application_id)<br>UK: (id, document_id, application_id)<br>UK: document_id"
    uuid application_id FK "FK129: (document_id, application_id) ∈ document.(id, application_id)<br>UK: (id, document_id, application_id)"
    text status_id FK "FK131: status_id ∈ uipath_result_status.id"
    timestamptz created_at
    timestamptz updated_at
    TRIGGER_BEFORE_UPDATE _disable_redundant_updates "Disable redundant database updates."
    HAS_HISTORY true
  }

  uipath_value:::dataTable {
    uuid id PK, UK "UK: (id, application_id, field_id, value)"
    uuid uipath_result_id FK "FK130: (uipath_result_id, document_id, application_id) ∈ uipath_result.(id, document_id, application_id)"
    uuid document_id FK "FK130: (uipath_result_id, document_id, application_id) ∈ uipath_result.(id, document_id, application_id)"
    uuid application_id FK, UK "FK130: (uipath_result_id, document_id, application_id) ∈ uipath_result.(id, document_id, application_id)<br>UK: (id, application_id, field_id, value)"
    text field_id UK "UK: (id, application_id, field_id, value)"
    text value UK "UK: (id, application_id, field_id, value)"
    integer text_length
    integer text_start_index
    double confidence
    jsonb token_list
    timestamptz created_at
    timestamptz updated_at
    TRIGGER_BEFORE_UPDATE _disable_redundant_updates "Disable redundant database updates."
    HAS_HISTORY true
  }

  user_session:::dataTable {
    uuid user_id PK, FK "FK139: user_id ∈ users.id"
    timestamptz auth_time PK
    timestamptz last_auth_event_time
    integer auth_event_count
  }

  users:::dataTable {
    uuid id PK, FK, UK "FK023: (id, person_type_id) ∈ person.(id, person_type_id)<br>UK: (id, person_type_id)"
    text person_type_id FK, UK "FK023: (id, person_type_id) ∈ person.(id, person_type_id)<br>FK025: person_type_id ∈ user_person_type_limit.id<br>UK: (id, person_type_id)"
    uuid cognito_subject UK "UK: cognito_subject"
    text username
    timestamptz created_at
    timestamptz updated_at
    TRIGGER_BEFORE_UPDATE _disable_redundant_updates "Disable redundant database updates."
    HAS_HISTORY true
  }

  %% Associative Tables
  application_tag_assignment:::associativeTable {
    uuid application_id PK, FK "FK083: application_id ∈ application.id"
    text tag_name_id PK, FK "FK077: (tag_name_id, tag_type_id) ∈ tag.(tag_name_id, tag_type_id)"
    text tag_type_id FK "FK077: (tag_name_id, tag_type_id) ∈ tag.(tag_name_id, tag_type_id)<br>FK081: tag_type_id ∈ application_tag_type_limit.id"
    TRIGGER_BEFORE_UPDATE _disable_redundant_updates "Disable redundant database updates."
    HAS_HISTORY true
  }

  deliverable_action_configuration:::associativeTable {
    text action_type_id PK, FK "FK111: action_type_id ∈ deliverable_action_type.id"
    text old_status_id PK, FK "FK110: old_status_id ∈ deliverable_status.id"
    text new_status_id PK, FK "FK113: new_status_id ∈ deliverable_status.id"
  }

  deliverable_demonstration_type:::associativeTable {
    uuid deliverable_id PK, FK "FK137: (deliverable_id, demonstration_id) ∈ deliverable.(id, demonstration_id)"
    uuid demonstration_id PK, FK "FK137: (deliverable_id, demonstration_id) ∈ deliverable.(id, demonstration_id)<br>FK138: (demonstration_id, demonstration_type_tag_name_id) ∈ demonstration_type_tag_assignment.(demonstration_id, tag_name_id)"
    text demonstration_type_tag_name_id PK, FK "FK138: (demonstration_id, demonstration_type_tag_name_id) ∈ demonstration_type_tag_assignment.(demonstration_id, tag_name_id)"
    TRIGGER_BEFORE_UPDATE _disable_redundant_updates "Disable redundant database updates."
    HAS_HISTORY true
  }

  deliverable_type_document_type:::associativeTable {
    text deliverable_type_id PK, FK "FK091: deliverable_type_id ∈ deliverable_type.id"
    text document_type_id PK, FK "FK092: document_type_id ∈ document_type.id"
  }

  demonstration_role_assignment:::associativeTable {
    uuid person_id PK, FK "FK042: (person_id, state_id) ∈ person_state.(person_id, state_id)<br>FK048: (person_id, person_type_id) ∈ person.(id, person_type_id)"
    uuid demonstration_id PK, FK "FK050: (demonstration_id, state_id) ∈ demonstration.(id, state_id)"
    text role_id PK, FK "FK047: (role_id, person_type_id) ∈ role_person_type.(role_id, person_type_id)<br>FK049: (role_id, grant_level_id) ∈ role.(id, grant_level_id)"
    text state_id FK "FK042: (person_id, state_id) ∈ person_state.(person_id, state_id)<br>FK050: (demonstration_id, state_id) ∈ demonstration.(id, state_id)"
    text person_type_id FK "FK047: (role_id, person_type_id) ∈ role_person_type.(role_id, person_type_id)<br>FK048: (person_id, person_type_id) ∈ person.(id, person_type_id)"
    text grant_level_id FK "FK046: grant_level_id ∈ demonstration_grant_level_limit.id<br>FK049: (role_id, grant_level_id) ∈ role.(id, grant_level_id)"
    TRIGGER_BEFORE_UPDATE _disable_redundant_updates "Disable redundant database updates."
    HAS_HISTORY true
  }

  person_state:::associativeTable {
    uuid person_id PK, FK "FK044: person_id ∈ person.id"
    text state_id PK, FK "FK043: state_id ∈ state.id"
    TRIGGER_BEFORE_UPDATE _disable_redundant_updates "Disable redundant database updates."
    HAS_HISTORY true
  }

  phase_date_type:::associativeTable {
    text phase_id PK, FK "FK003: phase_id ∈ phase.id"
    text date_type_id PK, FK "FK017: date_type_id ∈ date_type.id"
  }

  phase_document_type:::associativeTable {
    text phase_id PK, FK "FK027: phase_id ∈ phase.id"
    text document_type_id PK, FK "FK028: document_type_id ∈ document_type.id"
  }

  phase_note_type:::associativeTable {
    text phase_id PK, FK "FK070: phase_id ∈ phase.id"
    text note_type_id PK, FK "FK071: note_type_id ∈ note_type.id"
  }

  phase_phase_status:::associativeTable {
    text phase_id PK, FK "FK066: phase_id ∈ phase.id"
    text phase_status_id PK, FK "FK067: phase_status_id ∈ phase_status.id"
  }

  primary_demonstration_role_assignment:::associativeTable {
    uuid person_id FK, UK "FK051: (person_id, demonstration_id, role_id) ∈ demonstration_role_assignment.(person_id, demonstration_id, role_id)<br>UK: (person_id, demonstration_id, role_id)"
    uuid demonstration_id PK, FK, UK "FK051: (person_id, demonstration_id, role_id) ∈ demonstration_role_assignment.(person_id, demonstration_id, role_id)<br>UK: (person_id, demonstration_id, role_id)"
    text role_id PK, FK, UK "FK051: (person_id, demonstration_id, role_id) ∈ demonstration_role_assignment.(person_id, demonstration_id, role_id)<br>UK: (person_id, demonstration_id, role_id)"
    CONSTRAINT_TRIGGER_DEFERRABLE_AFTER_UPDATE_OR_DELETE check_demonstration_retains_primary_project_officer "Check that a primary project officer still exists."
    TRIGGER_BEFORE_UPDATE _disable_redundant_updates "Disable redundant database updates."
    HAS_HISTORY true
  }

  role_permission:::associativeTable {
    text role_id PK, FK "FK033: (role_id, grant_level_id) ∈ role.(id, grant_level_id)"
    text grant_level_id PK, FK "FK033: (role_id, grant_level_id) ∈ role.(id, grant_level_id)<br>FK034: (permission_id, grant_level_id) ∈ permission.(id, grant_level_id)"
    text permission_id PK, FK "FK034: (permission_id, grant_level_id) ∈ permission.(id, grant_level_id)"
    TRIGGER_BEFORE_UPDATE _disable_redundant_updates "Disable redundant database updates."
    HAS_HISTORY true
  }

  role_person_type:::associativeTable {
    text role_id PK, FK "FK032: role_id ∈ role.id"
    text person_type_id PK, FK "FK031: person_type_id ∈ person_type.id"
  }

  system_role_assignment:::associativeTable {
    uuid person_id PK, FK "FK039: (person_id, person_type_id) ∈ person.(id, person_type_id)"
    text role_id PK, FK "FK038: (role_id, person_type_id) ∈ role_person_type.(role_id, person_type_id)<br>FK040: (role_id, grant_level_id) ∈ role.(id, grant_level_id)"
    text person_type_id FK "FK038: (role_id, person_type_id) ∈ role_person_type.(role_id, person_type_id)<br>FK039: (person_id, person_type_id) ∈ person.(id, person_type_id)"
    text grant_level_id FK "FK040: (role_id, grant_level_id) ∈ role.(id, grant_level_id)<br>FK041: grant_level_id ∈ system_grant_level_limit.id"
    TRIGGER_BEFORE_UPDATE _disable_redundant_updates "Disable redundant database updates."
    HAS_HISTORY true
  }

  %% Legend
  Legend:::legend {
    text StaticConstraint "Red"
    text TypeLimiter "Blue"
    text AssociativeTable "Purple"
    text DataTable "Green"
    text NOTE "HAS_HISTORY true indicates that a table has a _history table as well."
    text NOTE "Dashed lines indicate foreign keys added for convenience in using Prisma."
  }
